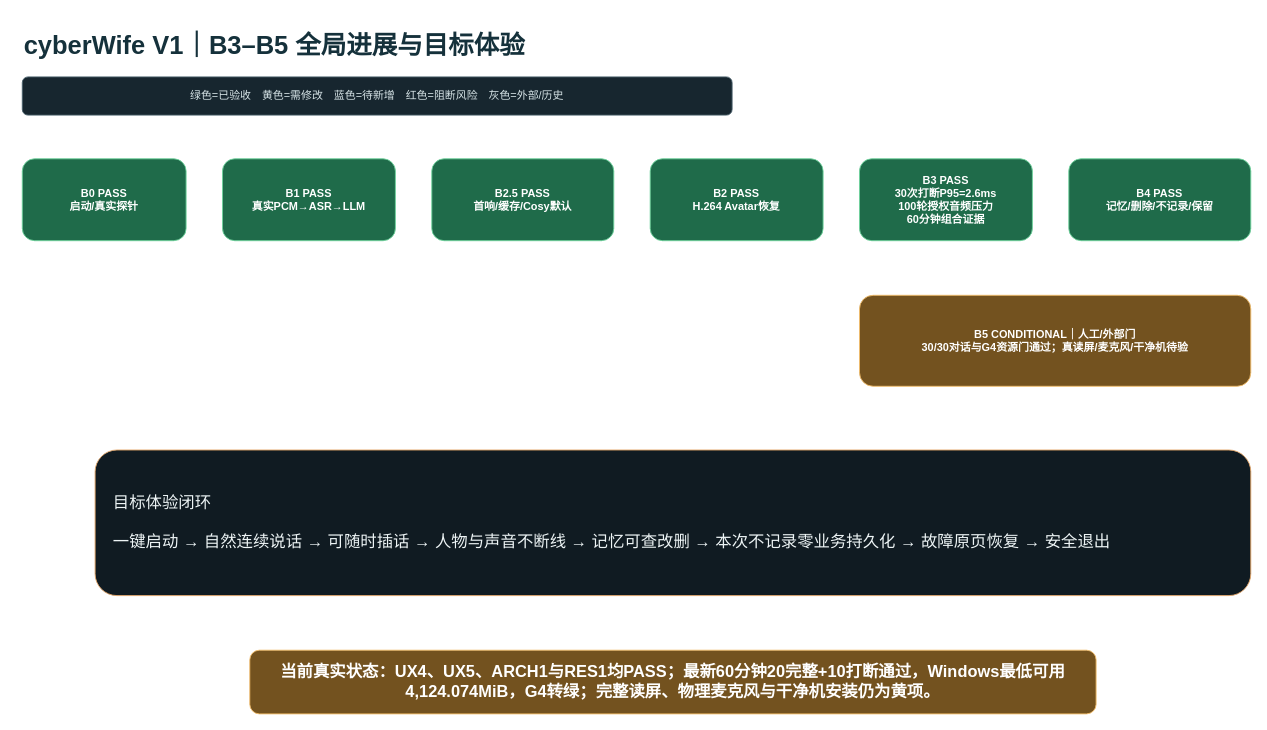
This is page "01-全局进展与目标体验" (1 of 8) of docs/cyberWife-b3-b5-delivery-gap.drawio from ljx418/cyberWife, a draw.io file, before an edit. Source tidied: cells renumbered, new cells numbered last; positions are measured from the earlier drawing's top-left corner, leaving out a move shared by most shapes. Both pictures are drawn from the tidied source at 91%, with x=0, y=0 at pixel (22, 22).
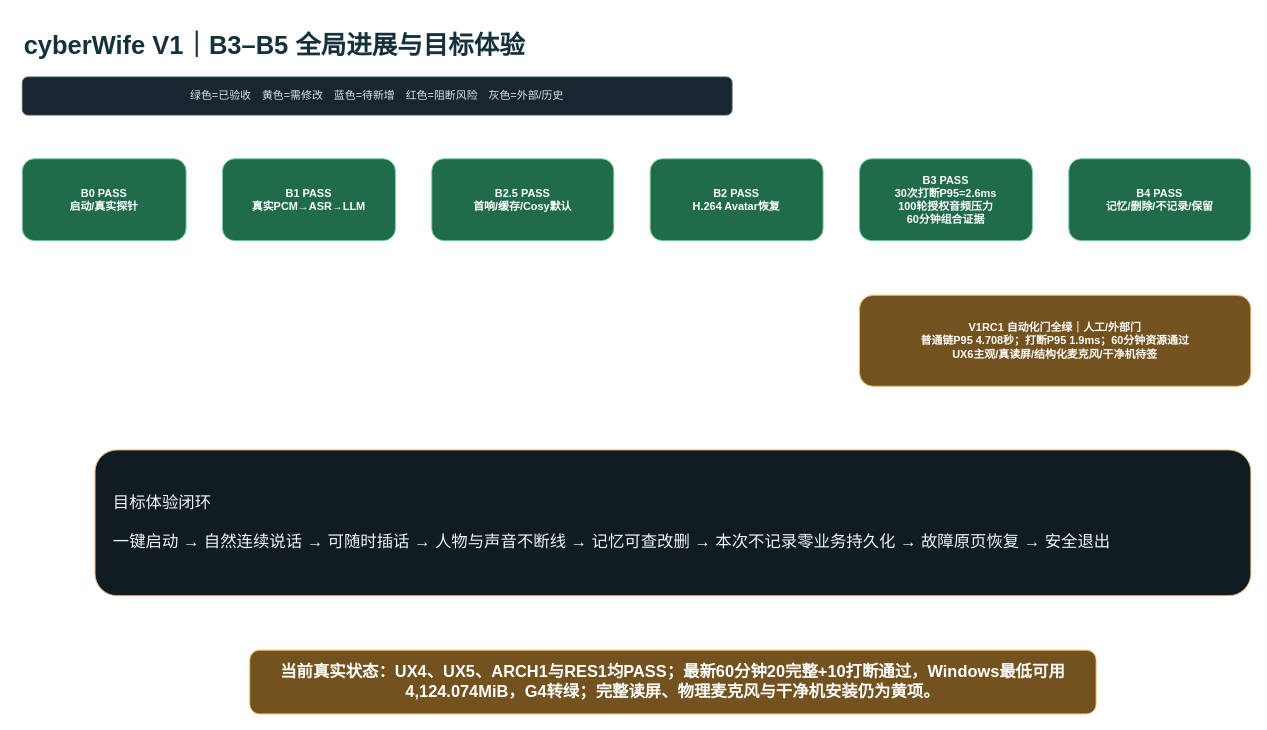
The same diagram, later.

Change to the diagram source:
```diff
@@
 <mxGraphModel>
   <root>
     <mxCell id="0" />
     <mxCell id="1" parent="0" />
     <mxCell id="2" value="cyberWife V1｜B3–B5 全局进展与目标体验" style="text;html=1;fontSize=28;fontStyle=1;align=left;verticalAlign=middle;fontColor=#15313B;" parent="1" vertex="1">
       <mxGeometry width="1100" height="50" as="geometry" />
     </mxCell>
     <mxCell id="3" value="绿色=已验收　黄色=需修改　蓝色=待新增　红色=阻断风险　灰色=外部/历史" style="rounded=1;html=1;whiteSpace=wrap;fillColor=#17262F;strokeColor=#49606C;fontColor=#D8E5E8;" parent="1" vertex="1">
       <mxGeometry y="60" width="780" height="42" as="geometry" />
     </mxCell>
     <mxCell id="4" value="B0 PASS&#10;启动/真实探针" style="rounded=1;html=1;whiteSpace=wrap;fillColor=#1F6B4A;strokeColor=#6ED39C;fontColor=#FFFFFF;fontStyle=1;" parent="1" vertex="1">
       <mxGeometry y="150" width="180" height="90" as="geometry" />
     </mxCell>
     <mxCell id="5" value="B1 PASS&#10;真实PCM→ASR→LLM" style="rounded=1;html=1;whiteSpace=wrap;fillColor=#1F6B4A;strokeColor=#6ED39C;fontColor=#FFFFFF;fontStyle=1;" parent="1" vertex="1">
       <mxGeometry x="220" y="150" width="190" height="90" as="geometry" />
     </mxCell>
     <mxCell id="6" value="B2.5 PASS&#10;首响/缓存/Cosy默认" style="rounded=1;html=1;whiteSpace=wrap;fillColor=#1F6B4A;strokeColor=#6ED39C;fontColor=#FFFFFF;fontStyle=1;" parent="1" vertex="1">
       <mxGeometry x="450" y="150" width="200" height="90" as="geometry" />
     </mxCell>
     <mxCell id="7" value="B2 PASS&#10;H.264 Avatar恢复" style="rounded=1;html=1;whiteSpace=wrap;fillColor=#1F6B4A;strokeColor=#6ED39C;fontColor=#FFFFFF;fontStyle=1;" parent="1" vertex="1">
       <mxGeometry x="690" y="150" width="190" height="90" as="geometry" />
     </mxCell>
     <mxCell id="8" value="B3 PASS&#10;30次打断P95=2.6ms&#10;100轮授权音频压力&#10;60分钟组合证据" style="rounded=1;html=1;whiteSpace=wrap;fillColor=#1F6B4A;strokeColor=#6ED39C;fontColor=#FFFFFF;fontStyle=1;" parent="1" vertex="1">
       <mxGeometry x="920" y="150" width="190" height="90" as="geometry" />
     </mxCell>
     <mxCell id="9" value="B4 PASS&#10;记忆/删除/不记录/保留" style="rounded=1;html=1;whiteSpace=wrap;fillColor=#1F6B4A;strokeColor=#6ED39C;fontColor=#FFFFFF;fontStyle=1;" parent="1" vertex="1">
       <mxGeometry x="1150" y="150" width="200" height="90" as="geometry" />
     </mxCell>
-    <mxCell id="10" value="B5 CONDITIONAL｜人工/外部门&#10;30/30对话与G4资源门通过；真读屏/麦克风/干净机待验" style="rounded=1;html=1;whiteSpace=wrap;fillColor=#73521F;strokeColor=#F2BD6B;fontColor=#FFFFFF;fontStyle=1;" parent="1" vertex="1">
+    <mxCell id="10" value="V1RC1 自动化门全绿｜人工/外部门&#10;普通链P95 4.708秒；打断P95 1.9ms；60分钟资源通过&#10;UX6主观/真读屏/结构化麦克风/干净机待签" style="rounded=1;html=1;whiteSpace=wrap;fillColor=#73521F;strokeColor=#F2BD6B;fontColor=#FFFFFF;fontStyle=1;" parent="1" vertex="1">
       <mxGeometry x="920" y="300" width="430" height="100" as="geometry" />
     </mxCell>
     <mxCell id="11" value="目标体验闭环&#10;&#10;一键启动 → 自然连续说话 → 可随时插话 → 人物与声音不断线 → 记忆可查改删 → 本次不记录零业务持久化 → 故障原页恢复 → 安全退出" style="rounded=1;html=1;whiteSpace=wrap;fillColor=#101B22;strokeColor=#E4A668;fontColor=#EDF4F5;fontSize=18;align=left;spacing=20;" parent="1" vertex="1">
       <mxGeometry x="80" y="470" width="1270" height="160" as="geometry" />
     </mxCell>
     <mxCell id="12" value="当前真实状态：UX4、UX5、ARCH1与RES1均PASS；最新60分钟20完整+10打断通过，Windows最低可用4,124.074MiB，G4转绿；完整读屏、物理麦克风与干净机安装仍为黄项。" style="rounded=1;html=1;whiteSpace=wrap;fillColor=#73521F;strokeColor=#F2BD6B;fontColor=#FFFFFF;fontStyle=1;fontSize=18;" parent="1" vertex="1">
       <mxGeometry x="250" y="690" width="930" height="70" as="geometry" />
     </mxCell>
     <mxCell id="13" style="edgeStyle=orthogonalEdgeStyle;strokeColor=#8AA0A9;endArrow=block;" parent="1" edge="1" source="4" target="5" />
     <mxCell id="14" style="edgeStyle=orthogonalEdgeStyle;strokeColor=#8AA0A9;endArrow=block;" parent="1" edge="1" source="5" target="6" />
     <mxCell id="15" style="edgeStyle=orthogonalEdgeStyle;strokeColor=#8AA0A9;endArrow=block;" parent="1" edge="1" source="6" target="7" />
     <mxCell id="16" style="edgeStyle=orthogonalEdgeStyle;strokeColor=#8AA0A9;endArrow=block;" parent="1" edge="1" source="7" target="8" />
     <mxCell id="17" style="edgeStyle=orthogonalEdgeStyle;strokeColor=#8AA0A9;endArrow=block;" parent="1" edge="1" source="8" target="9" />
     <mxCell id="18" style="edgeStyle=orthogonalEdgeStyle;strokeColor=#8AA0A9;endArrow=block;" parent="1" edge="1" source="9" target="10" />
   </root>
 </mxGraphModel>
```
